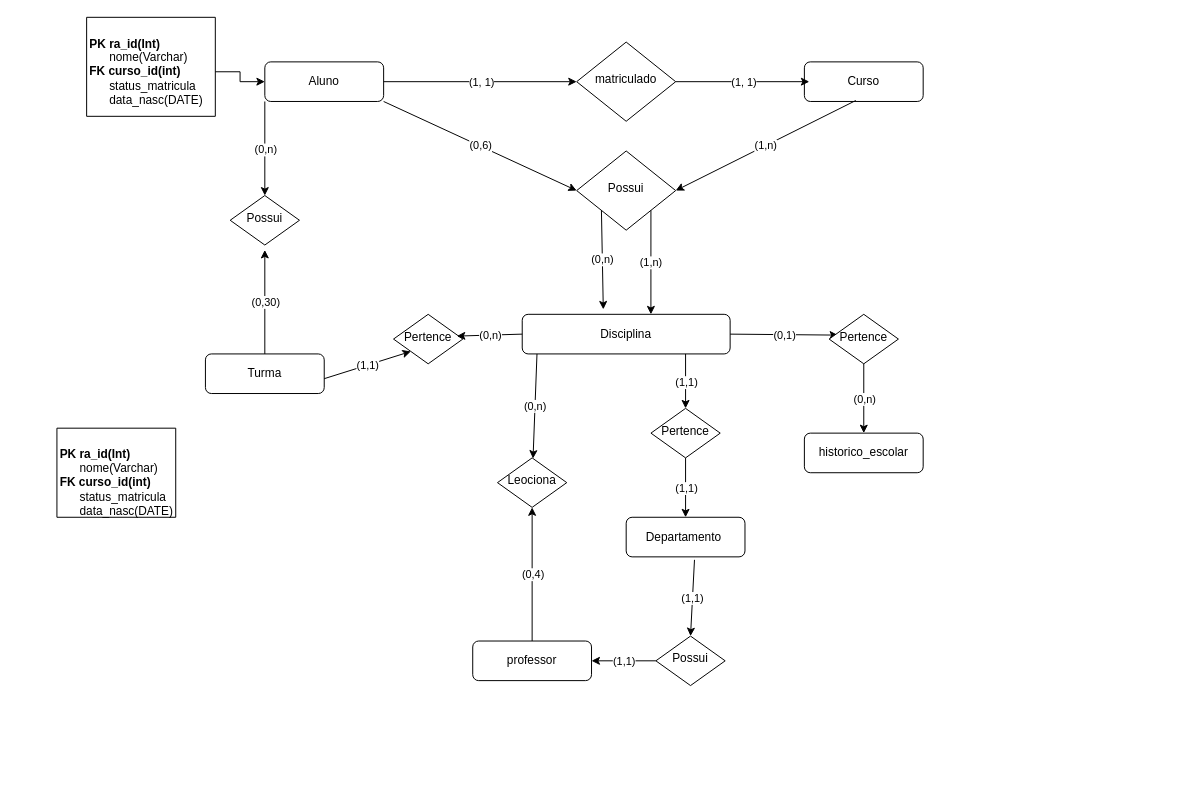
Earlier version of the draw.io diagram DIAGRAMAFACU.drawio (Laraewellen/Banco-de-dados-teste). Source tidied: cells renumbered, new cells numbered last; positions are measured from the earlier drawing's top-left corner, leaving out a move shared by most shapes. Both pictures are drawn from the tidied source at 99%, with x=0, y=0 at pixel (47, 17).
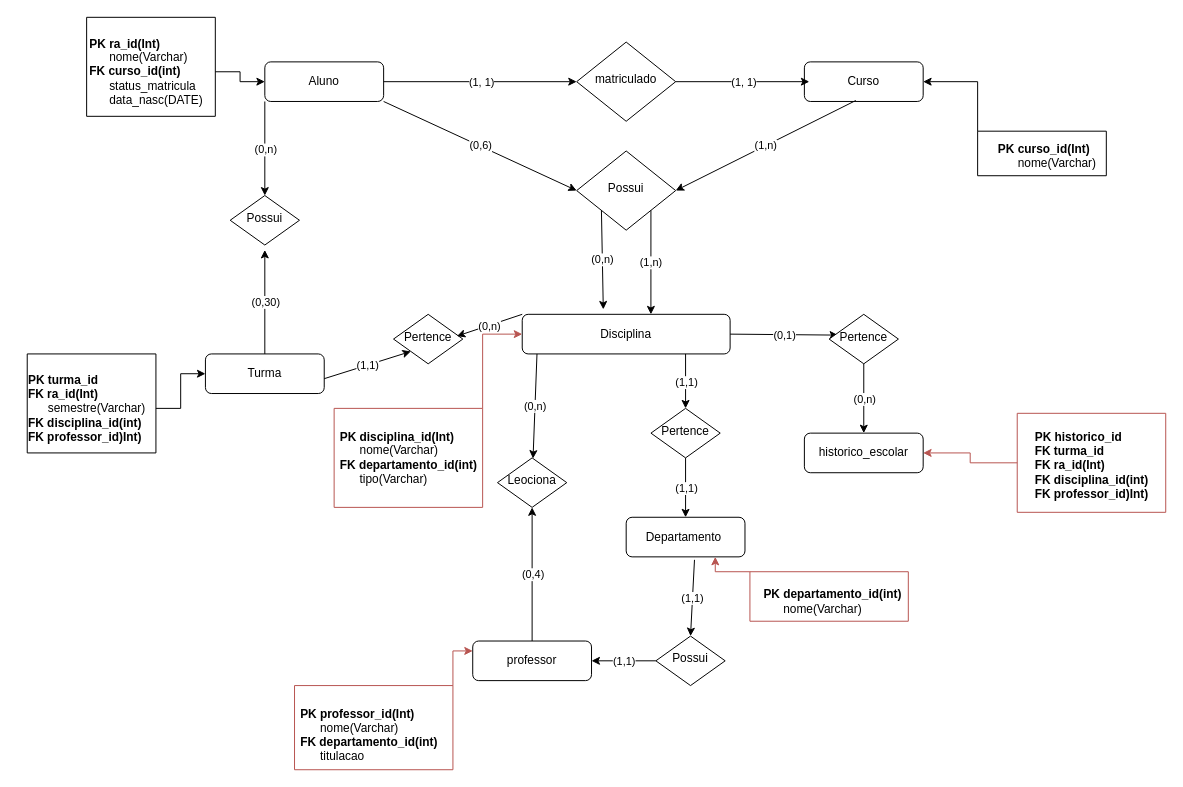
The same diagram, later.

The change refers to these unchanged cells:
```xml
<mxCell id="4" value="Curso" style="rounded=1;whiteSpace=wrap;html=1;fontSize=12;glass=0;strokeWidth=1;shadow=0;" parent="1" vertex="1">
  <mxGeometry x="765" y="45" width="120" height="40" as="geometry" />
</mxCell>
<mxCell id="9" value="Disciplina" style="rounded=1;whiteSpace=wrap;html=1;fontSize=12;glass=0;strokeWidth=1;shadow=0;" parent="1" vertex="1">
  <mxGeometry x="480" y="300" width="210" height="40" as="geometry" />
</mxCell>
<mxCell id="27" value="Departamento&amp;nbsp;" style="rounded=1;whiteSpace=wrap;html=1;fontSize=12;glass=0;strokeWidth=1;shadow=0;" parent="1" vertex="1">
  <mxGeometry x="585" y="505" width="120" height="40" as="geometry" />
</mxCell>
<mxCell id="28" value="historico_escolar" style="rounded=1;whiteSpace=wrap;html=1;fontSize=12;glass=0;strokeWidth=1;shadow=0;" parent="1" vertex="1">
  <mxGeometry x="765" y="420" width="120" height="40" as="geometry" />
</mxCell>
<mxCell id="37" value="professor" style="rounded=1;whiteSpace=wrap;html=1;fontSize=12;glass=0;strokeWidth=1;shadow=0;" parent="1" vertex="1">
  <mxGeometry x="430" y="630" width="120" height="40" as="geometry" />
</mxCell>
<mxCell id="43" value="Turma" style="rounded=1;whiteSpace=wrap;html=1;fontSize=12;glass=0;strokeWidth=1;shadow=0;" parent="1" vertex="1">
  <mxGeometry x="160" y="340" width="120" height="40" as="geometry" />
</mxCell>
<mxCell id="49" value="Pertence" style="rhombus;whiteSpace=wrap;html=1;shadow=0;fontFamily=Helvetica;fontSize=12;align=center;strokeWidth=1;spacing=6;spacingTop=-4;" parent="1" vertex="1">
  <mxGeometry x="350" y="300" width="70" height="50" as="geometry" />
</mxCell>
```

Change to the diagram source:
```diff
@@
-    <mxCell id="52" style="endArrow=classic;html=1;rounded=0;exitX=0;exitY=0.5;exitDx=0;exitDy=0;entryX=0.914;entryY=0.44;entryDx=0;entryDy=0;entryPerimeter=0;" parent="1" edge="1" source="9" target="49">
+    <mxCell id="52" style="endArrow=classic;html=1;rounded=0;exitX=0;exitY=0;exitDx=0;exitDy=0;entryX=0.914;entryY=0.44;entryDx=0;entryDy=0;entryPerimeter=0;" parent="1" edge="1" source="9" target="49">
       <mxGeometry relative="1" as="geometry" />
     </mxCell>
@@
     <mxCell id="56" style="swimlane;startSize=0;" parent="1" vertex="1">
-      <mxGeometry x="10" y="415" width="120" height="90" as="geometry" />
+      <mxGeometry x="-20" y="340" width="130" height="100" as="geometry" />
     </mxCell>
-    <mxCell id="57" value="&lt;div style=&quot;text-align: justify;&quot;&gt;&lt;span style=&quot;background-color: initial;&quot;&gt;&lt;b&gt;PK ra_id(Int)&lt;/b&gt;&lt;/span&gt;&lt;/div&gt;&lt;div style=&quot;text-align: justify;&quot;&gt;&amp;nbsp; &amp;nbsp; &amp;nbsp; nome(Varchar)&lt;/div&gt;&lt;div style=&quot;text-align: justify;&quot;&gt;&lt;b&gt;FK curso_id(int)&lt;/b&gt;&lt;/div&gt;&lt;div style=&quot;text-align: justify;&quot;&gt;&amp;nbsp; &amp;nbsp; &amp;nbsp; status_matricula&lt;/div&gt;&lt;div style=&quot;text-align: justify;&quot;&gt;&amp;nbsp; &amp;nbsp; &amp;nbsp; data_nasc(DATE)&lt;/div&gt;" style="text;html=1;align=center;verticalAlign=middle;points=[];strokeColor=none;fillColor=none;" parent="56" vertex="1">
+    <mxCell id="57" value="&lt;div style=&quot;text-align: justify;&quot;&gt;&lt;span style=&quot;background-color: initial;&quot;&gt;&lt;b&gt;PK turma_id&lt;/b&gt;&lt;/span&gt;&lt;/div&gt;&lt;div style=&quot;text-align: justify;&quot;&gt;&lt;span style=&quot;background-color: initial;&quot;&gt;&lt;b&gt;FK ra_id(Int)&lt;/b&gt;&lt;/span&gt;&lt;/div&gt;&lt;div style=&quot;text-align: justify;&quot;&gt;&amp;nbsp; &amp;nbsp; &amp;nbsp; semestre(Varchar)&lt;/div&gt;&lt;div style=&quot;text-align: justify;&quot;&gt;&lt;b&gt;FK disciplina_id(int)&lt;/b&gt;&lt;/div&gt;&lt;div style=&quot;text-align: justify;&quot;&gt;&lt;b&gt;FK professor_id)Int)&lt;/b&gt;&lt;/div&gt;" style="text;html=1;align=center;verticalAlign=middle;points=[];strokeColor=none;fillColor=none;" parent="56" vertex="1">
       <mxGeometry x="-10" y="10" width="140" height="90" as="geometry" />
     </mxCell>
@@
+    <mxCell id="59" style="edgeStyle=orthogonalEdgeStyle;rounded=0;jettySize=auto;html=1;" parent="1" edge="1" source="57" target="43">
+      <mxGeometry relative="1" as="geometry" />
+    </mxCell>
+    <mxCell id="60" style="edgeStyle=orthogonalEdgeStyle;rounded=0;jettySize=auto;html=1;exitX=1;exitY=0;exitDx=0;exitDy=0;entryX=0;entryY=0.5;entryDx=0;entryDy=0;fillColor=#f8cecc;strokeColor=#b85450;" parent="1" edge="1" source="61" target="9">
+      <mxGeometry relative="1" as="geometry" />
+    </mxCell>
+    <mxCell id="61" style="swimlane;startSize=0;fillColor=#f8cecc;strokeColor=#b85450;" parent="1" vertex="1">
+      <mxGeometry x="290" y="395" width="150" height="100" as="geometry" />
+    </mxCell>
+    <mxCell id="62" value="&lt;div style=&quot;text-align: justify;&quot;&gt;&lt;span style=&quot;background-color: initial;&quot;&gt;&lt;b&gt;PK disciplina_id(Int)&lt;/b&gt;&lt;/span&gt;&lt;/div&gt;&lt;div style=&quot;text-align: justify;&quot;&gt;&amp;nbsp; &amp;nbsp; &amp;nbsp; nome(Varchar)&lt;/div&gt;&lt;div style=&quot;text-align: justify;&quot;&gt;&lt;b&gt;FK departamento_id(int)&lt;/b&gt;&lt;/div&gt;&lt;div style=&quot;text-align: justify;&quot;&gt;&amp;nbsp; &amp;nbsp; &amp;nbsp; tipo(Varchar)&lt;/div&gt;" style="text;html=1;align=center;verticalAlign=middle;strokeColor=none;fillColor=none;" parent="61" vertex="1">
+      <mxGeometry x="-5" y="15" width="160" height="70" as="geometry" />
+    </mxCell>
+    <mxCell id="63" style="edgeStyle=orthogonalEdgeStyle;rounded=0;jettySize=auto;html=1;exitX=1;exitY=0;exitDx=0;exitDy=0;entryX=0;entryY=0.25;entryDx=0;entryDy=0;fillColor=#f8cecc;strokeColor=#b85450;" parent="1" edge="1" source="64" target="37">
+      <mxGeometry relative="1" as="geometry" />
+    </mxCell>
+    <mxCell id="64" style="swimlane;startSize=0;fillColor=#f8cecc;strokeColor=#b85450;" parent="1" vertex="1">
+      <mxGeometry x="250" y="675" width="160" height="85" as="geometry" />
+    </mxCell>
+    <mxCell id="65" value="&lt;div style=&quot;text-align: justify;&quot;&gt;&lt;span style=&quot;background-color: initial;&quot;&gt;&lt;b&gt;PK professor_id(Int)&lt;/b&gt;&lt;/span&gt;&lt;/div&gt;&lt;div style=&quot;text-align: justify;&quot;&gt;&amp;nbsp; &amp;nbsp; &amp;nbsp; nome(Varchar)&lt;/div&gt;&lt;div style=&quot;text-align: justify;&quot;&gt;&lt;b&gt;FK departamento_id(int)&lt;/b&gt;&lt;/div&gt;&lt;div style=&quot;text-align: justify;&quot;&gt;&amp;nbsp; &amp;nbsp; &amp;nbsp; titulacao&lt;/div&gt;" style="text;html=1;align=center;verticalAlign=middle;strokeColor=none;fillColor=none;" parent="64" vertex="1">
+      <mxGeometry x="-5" y="15" width="160" height="70" as="geometry" />
+    </mxCell>
+    <mxCell id="66" style="edgeStyle=orthogonalEdgeStyle;rounded=0;jettySize=auto;html=1;exitX=0;exitY=0;exitDx=0;exitDy=0;entryX=0.75;entryY=1;entryDx=0;entryDy=0;fillColor=#f8cecc;strokeColor=#b85450;" parent="1" edge="1" source="67" target="27">
+      <mxGeometry relative="1" as="geometry" />
+    </mxCell>
+    <mxCell id="67" style="swimlane;startSize=0;fillColor=#f8cecc;strokeColor=#b85450;" parent="1" vertex="1">
+      <mxGeometry x="710" y="560" width="160" height="50" as="geometry" />
+    </mxCell>
+    <mxCell id="68" value="&lt;div style=&quot;text-align: justify;&quot;&gt;&lt;b style=&quot;background-color: initial;&quot;&gt;PK departamento_id(int)&lt;/b&gt;&lt;span style=&quot;background-color: initial;&quot;&gt;&amp;nbsp; &amp;nbsp;&amp;nbsp;&lt;/span&gt;&lt;/div&gt;&lt;div style=&quot;text-align: justify;&quot;&gt;&lt;span style=&quot;background-color: initial;&quot;&gt;&amp;nbsp; &amp;nbsp; &amp;nbsp; nome(Varchar)&lt;/span&gt;&lt;/div&gt;" style="text;html=1;align=center;verticalAlign=middle;strokeColor=none;fillColor=none;" parent="67" vertex="1">
+      <mxGeometry y="10" width="180" height="40" as="geometry" />
+    </mxCell>
+    <mxCell id="69" style="edgeStyle=orthogonalEdgeStyle;rounded=0;jettySize=auto;html=1;exitX=0;exitY=0.5;exitDx=0;exitDy=0;entryX=1;entryY=0.5;entryDx=0;entryDy=0;fillColor=#f8cecc;strokeColor=#b85450;" parent="1" edge="1" source="70" target="28">
+      <mxGeometry relative="1" as="geometry" />
+    </mxCell>
+    <mxCell id="70" style="swimlane;startSize=0;fillColor=#f8cecc;strokeColor=#b85450;" parent="1" vertex="1">
+      <mxGeometry x="980" y="400" width="150" height="100" as="geometry" />
+    </mxCell>
+    <mxCell id="71" value="&lt;div style=&quot;text-align: justify;&quot;&gt;&lt;span style=&quot;background-color: initial;&quot;&gt;&lt;b&gt;PK historico_id&lt;/b&gt;&lt;/span&gt;&lt;/div&gt;&lt;div style=&quot;text-align: justify;&quot;&gt;&lt;span style=&quot;background-color: initial;&quot;&gt;&lt;b&gt;FK turma_id&lt;/b&gt;&lt;/span&gt;&lt;/div&gt;&lt;div style=&quot;text-align: justify;&quot;&gt;&lt;span style=&quot;background-color: initial;&quot;&gt;&lt;b&gt;FK ra_id(Int)&lt;/b&gt;&lt;/span&gt;&lt;/div&gt;&lt;div style=&quot;text-align: justify;&quot;&gt;&lt;b style=&quot;background-color: initial;&quot;&gt;FK disciplina_id(int)&lt;/b&gt;&lt;br&gt;&lt;/div&gt;&lt;div style=&quot;text-align: justify;&quot;&gt;&lt;b&gt;FK professor_id)Int)&lt;/b&gt;&lt;/div&gt;&lt;div style=&quot;text-align: justify;&quot;&gt;&lt;div&gt;&amp;nbsp;&lt;/div&gt;&lt;/div&gt;" style="text;html=1;align=center;verticalAlign=middle;strokeColor=none;fillColor=none;" parent="70" vertex="1">
+      <mxGeometry x="5" y="10" width="140" height="100" as="geometry" />
+    </mxCell>
+    <mxCell id="72" style="edgeStyle=orthogonalEdgeStyle;rounded=0;jettySize=auto;html=1;exitX=0;exitY=0;exitDx=0;exitDy=0;entryX=1;entryY=0.5;entryDx=0;entryDy=0;" parent="1" edge="1" source="73" target="4">
+      <mxGeometry relative="1" as="geometry" />
+    </mxCell>
+    <mxCell id="73" style="swimlane;startSize=0;" parent="1" vertex="1">
+      <mxGeometry x="940" y="115" width="130" height="45" as="geometry" />
+    </mxCell>
+    <mxCell id="74" value="&lt;div style=&quot;text-align: justify;&quot;&gt;&lt;span style=&quot;background-color: initial;&quot;&gt;&lt;b&gt;PK curso_id(Int)&lt;/b&gt;&lt;/span&gt;&lt;/div&gt;&lt;div style=&quot;text-align: justify;&quot;&gt;&amp;nbsp; &amp;nbsp; &amp;nbsp; nome(Varchar)&lt;/div&gt;&lt;div style=&quot;text-align: justify;&quot;&gt;&lt;br&gt;&lt;/div&gt;" style="text;html=1;align=center;verticalAlign=middle;strokeColor=none;fillColor=none;" parent="73" vertex="1">
+      <mxGeometry x="10" y="2.5" width="120" height="60" as="geometry" />
+    </mxCell>
```
